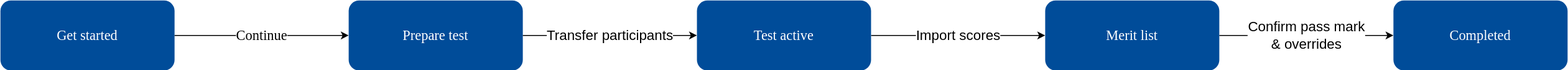
Above: docs/_diagrams/test.drawio.svg in jac-uk/documentation (draw.io), before the change. Source tidied: cells renumbered, new cells last; positions are measured from the earlier drawing's top-left corner, leaving out a move shared by most shapes.
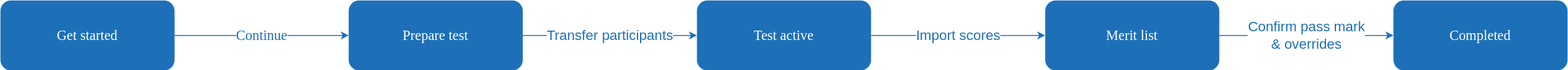
The same diagram one commit later.

The edit, as a diff of the source:
```diff
@@ -2,31 +2,31 @@
   <root>
     <mxCell id="0" />
     <mxCell id="1" parent="0" />
-    <mxCell id="2" value="Get started" style="rounded=1;whiteSpace=wrap;html=1;fillColor=#004C99;fontColor=#FFFFFF;strokeColor=none;fontFamily=Verdana;fontSize=16;" parent="1" vertex="1">
+    <mxCell id="2" value="Get started" style="rounded=1;whiteSpace=wrap;html=1;fillColor=#1d70b8;fontColor=#FFFFFF;strokeColor=none;fontFamily=Verdana;fontSize=16;" parent="1" vertex="1">
       <mxGeometry width="200" height="80" as="geometry" />
     </mxCell>
-    <mxCell id="3" value="Prepare test" style="rounded=1;whiteSpace=wrap;html=1;fillColor=#004C99;fontColor=#FFFFFF;strokeColor=none;fontFamily=Verdana;fontSize=16;" parent="1" vertex="1">
+    <mxCell id="3" value="Prepare test" style="rounded=1;whiteSpace=wrap;html=1;fillColor=#1d70b8;fontColor=#FFFFFF;strokeColor=none;fontFamily=Verdana;fontSize=16;" parent="1" vertex="1">
       <mxGeometry x="400" width="200" height="80" as="geometry" />
     </mxCell>
-    <mxCell id="4" value="Continue " style="endArrow=classic;html=1;rounded=0;exitX=1;exitY=0.5;exitDx=0;exitDy=0;fontFamily=Verdana;fontSize=16;spacingLeft=0;spacingRight=0;" parent="1" edge="1" source="2" target="3">
+    <mxCell id="4" value="Continue " style="endArrow=classic;html=1;rounded=0;exitX=1;exitY=0.5;exitDx=0;exitDy=0;fontFamily=Verdana;fontSize=16;spacingLeft=0;spacingRight=0;strokeColor=#1d70b8;fontColor=#1d70b8;" parent="1" edge="1" source="2" target="3">
       <mxGeometry relative="1" as="geometry" />
     </mxCell>
-    <mxCell id="5" value="Import scores" style="edgeStyle=orthogonalEdgeStyle;rounded=0;jettySize=auto;html=1;exitX=1;exitY=0.5;exitDx=0;exitDy=0;entryX=0;entryY=0.5;entryDx=0;entryDy=0;fontSize=16;" parent="1" edge="1" source="6" target="8">
+    <mxCell id="5" value="Import scores" style="edgeStyle=orthogonalEdgeStyle;rounded=0;jettySize=auto;html=1;exitX=1;exitY=0.5;exitDx=0;exitDy=0;entryX=0;entryY=0.5;entryDx=0;entryDy=0;fontSize=16;fontColor=#1d70b8;strokeColor=#1d70b8;" parent="1" edge="1" source="6" target="8">
       <mxGeometry relative="1" as="geometry" />
     </mxCell>
-    <mxCell id="6" value="Test active" style="rounded=1;whiteSpace=wrap;html=1;fillColor=#004C99;fontColor=#FFFFFF;strokeColor=none;fontFamily=Verdana;fontSize=16;" parent="1" vertex="1">
+    <mxCell id="6" value="Test active" style="rounded=1;whiteSpace=wrap;html=1;fillColor=#1d70b8;fontColor=#FFFFFF;strokeColor=none;fontFamily=Verdana;fontSize=16;" parent="1" vertex="1">
       <mxGeometry x="800" width="200" height="80" as="geometry" />
     </mxCell>
-    <mxCell id="7" value="&lt;div style=&quot;font-size: 16px;&quot;&gt;Confirm pass mark&lt;/div&gt;&lt;div style=&quot;font-size: 16px;&quot;&gt;&amp;amp; overrides&lt;br style=&quot;font-size: 16px;&quot;&gt;&lt;/div&gt;" style="edgeStyle=orthogonalEdgeStyle;rounded=0;jettySize=auto;html=1;entryX=0;entryY=0.5;entryDx=0;entryDy=0;fontSize=16;" parent="1" edge="1" source="8" target="9">
+    <mxCell id="7" value="&lt;div style=&quot;font-size: 16px;&quot;&gt;Confirm pass mark&lt;/div&gt;&lt;div style=&quot;font-size: 16px;&quot;&gt;&amp;amp; overrides&lt;br style=&quot;font-size: 16px;&quot;&gt;&lt;/div&gt;" style="edgeStyle=orthogonalEdgeStyle;rounded=0;jettySize=auto;html=1;entryX=0;entryY=0.5;entryDx=0;entryDy=0;fontSize=16;fontColor=#1d70b8;strokeColor=#1d70b8;" parent="1" edge="1" source="8" target="9">
       <mxGeometry relative="1" as="geometry" />
     </mxCell>
-    <mxCell id="8" value="Merit list" style="rounded=1;whiteSpace=wrap;html=1;fillColor=#004C99;fontColor=#FFFFFF;strokeColor=none;fontFamily=Verdana;fontSize=16;" parent="1" vertex="1">
+    <mxCell id="8" value="Merit list" style="rounded=1;whiteSpace=wrap;html=1;fillColor=#1d70b8;fontColor=#FFFFFF;strokeColor=none;fontFamily=Verdana;fontSize=16;" parent="1" vertex="1">
       <mxGeometry x="1200" width="200" height="80" as="geometry" />
     </mxCell>
-    <mxCell id="9" value="Completed" style="rounded=1;whiteSpace=wrap;html=1;fillColor=#004C99;fontColor=#FFFFFF;strokeColor=none;fontFamily=Verdana;fontSize=16;" parent="1" vertex="1">
+    <mxCell id="9" value="Completed" style="rounded=1;whiteSpace=wrap;html=1;fillColor=#1d70b8;fontColor=#FFFFFF;strokeColor=none;fontFamily=Verdana;fontSize=16;" parent="1" vertex="1">
       <mxGeometry x="1600" width="200" height="80" as="geometry" />
     </mxCell>
-    <mxCell id="10" value="Transfer participants" style="endArrow=classic;html=1;rounded=0;exitX=1;exitY=0.5;exitDx=0;exitDy=0;entryX=0;entryY=0.5;entryDx=0;entryDy=0;fontSize=16;" parent="1" edge="1" source="3" target="6">
+    <mxCell id="10" value="Transfer participants" style="endArrow=classic;html=1;rounded=0;exitX=1;exitY=0.5;exitDx=0;exitDy=0;entryX=0;entryY=0.5;entryDx=0;entryDy=0;fontSize=16;fontColor=#1d70b8;strokeColor=#1d70b8;" parent="1" edge="1" source="3" target="6">
       <mxGeometry relative="1" as="geometry" />
     </mxCell>
   </root>
```
